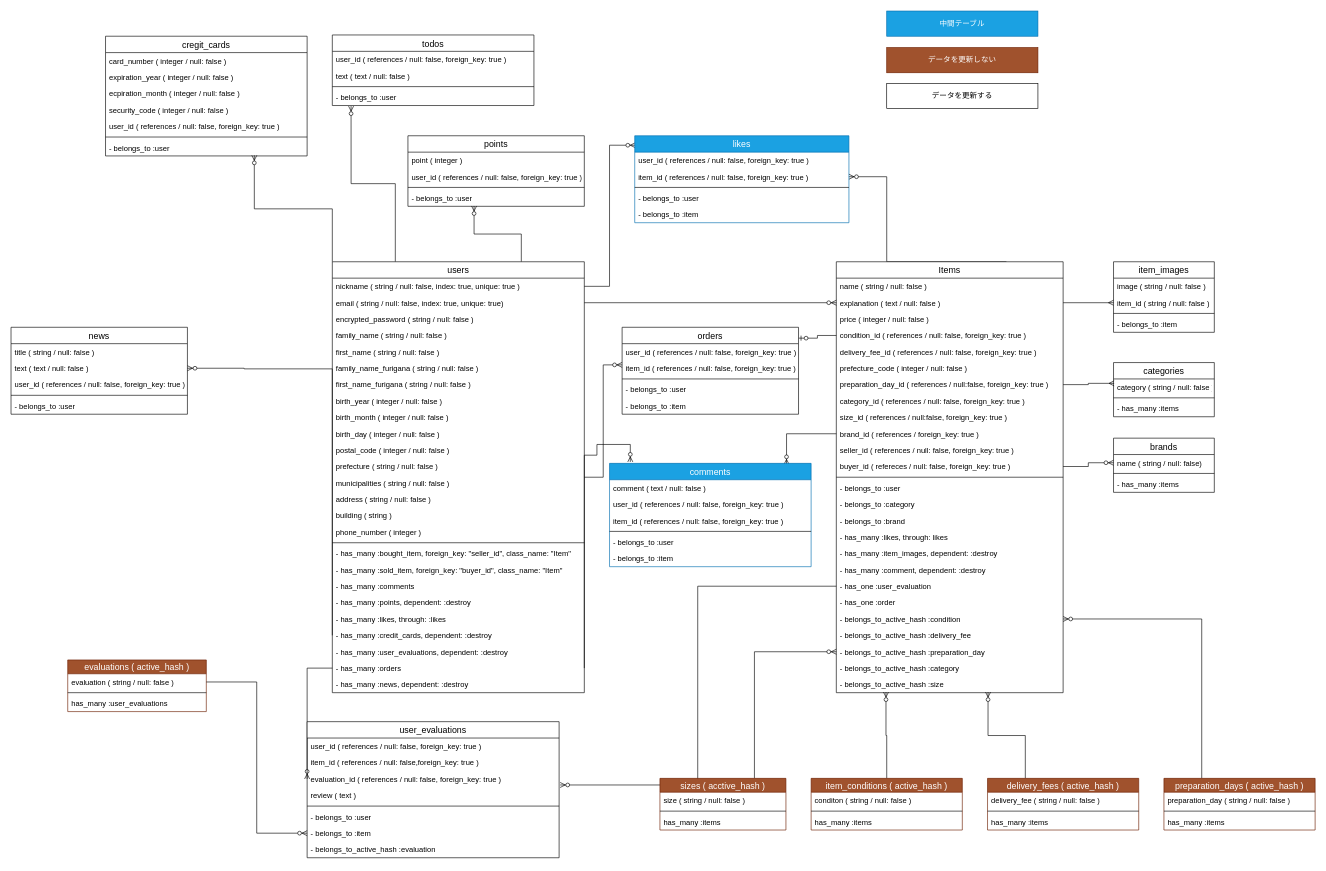
Before: ER.drawio in yuktnk/fleamarket_sample_80g, a draw.io diagram. Source tidied: cells renumbered, new cells numbered last; positions are measured from the earlier drawing's top-left corner, leaving out a move shared by most shapes. Both pictures are drawn from the tidied source at 63%, with x=0, y=0 at pixel (11, 11).
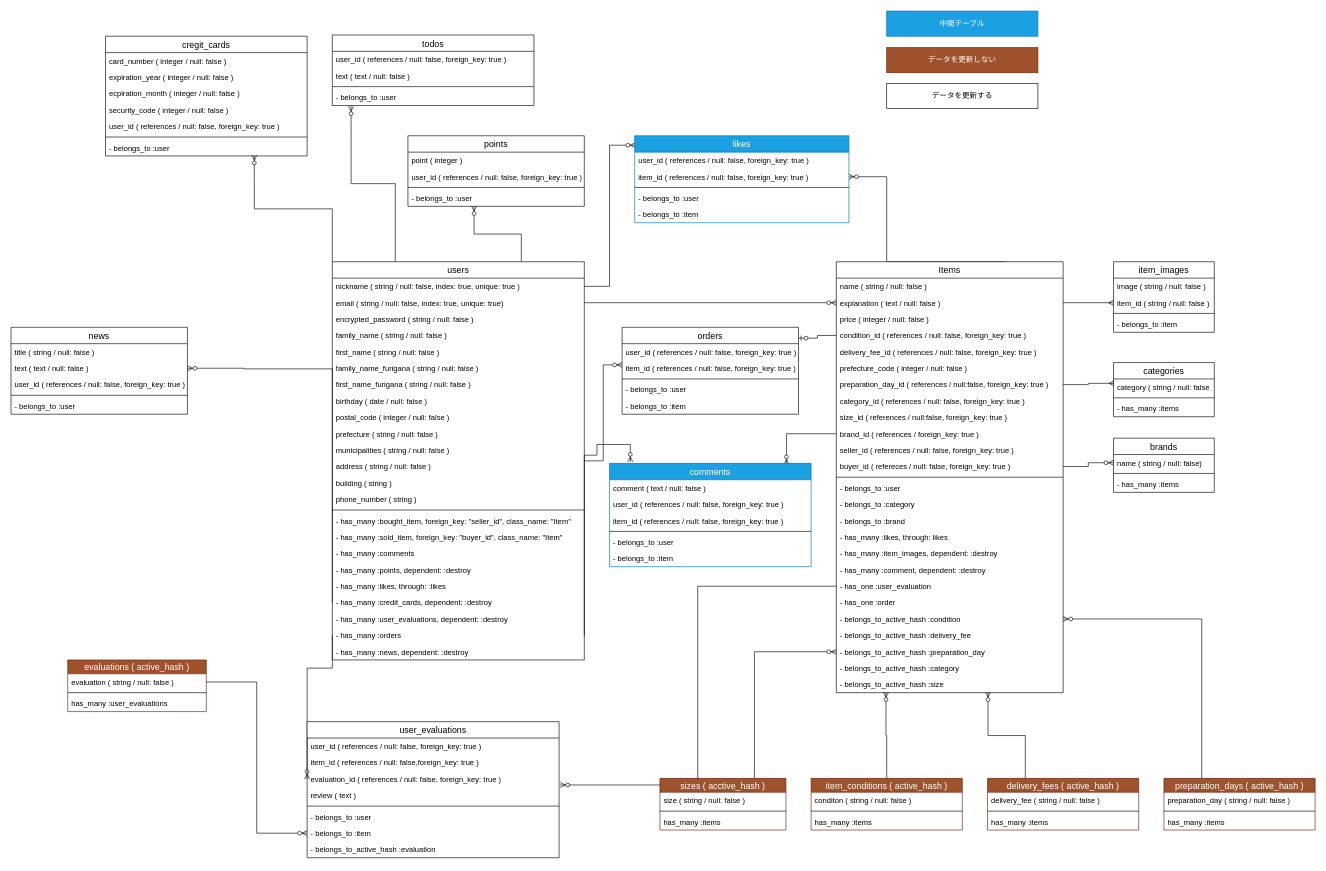
The same page after the edit.

What changed in the source:
```diff
@@
     <mxCell id="18" value="users" style="swimlane;fontStyle=0;horizontal=1;startSize=26;align=center;fontSize=14;" parent="1" vertex="1">
-      <mxGeometry x="510" y="398" width="400" height="684" as="geometry" />
+      <mxGeometry x="510" y="398" width="400" height="632" as="geometry" />
     </mxCell>
@@
-    <mxCell id="26" value="birth_year ( integer / null: false )" style="text;strokeColor=none;fillColor=none;spacingLeft=4;spacingRight=4;overflow=hidden;fontSize=12;" parent="18" vertex="1">
+    <mxCell id="26" value="birthday ( date / null: false )" style="text;strokeColor=none;fillColor=none;spacingLeft=4;spacingRight=4;overflow=hidden;fontSize=12;" parent="18" vertex="1">
       <mxGeometry y="208" width="400" height="26" as="geometry" />
     </mxCell>
-    <mxCell id="27" value="birth_month ( integer / null: false )" style="text;strokeColor=none;fillColor=none;spacingLeft=4;spacingRight=4;overflow=hidden;fontSize=12;" parent="18" vertex="1">
-      <mxGeometry y="234" width="400" height="26" as="geometry" />
-    </mxCell>
-    <mxCell id="28" value="birth_day ( integer / null: false )" style="text;strokeColor=none;fillColor=none;spacingLeft=4;spacingRight=4;overflow=hidden;fontSize=12;" parent="18" vertex="1">
-      <mxGeometry y="260" width="400" height="26" as="geometry" />
-    </mxCell>
     <mxCell id="29" value="postal_code ( integer / null: false )" style="text;strokeColor=none;fillColor=none;spacingLeft=4;spacingRight=4;overflow=hidden;fontSize=12;" parent="18" vertex="1">
-      <mxGeometry y="286" width="400" height="26" as="geometry" />
+      <mxGeometry y="234" width="400" height="26" as="geometry" />
     </mxCell>
     <mxCell id="30" value="prefecture ( string / null: false )" style="text;strokeColor=none;fillColor=none;spacingLeft=4;spacingRight=4;overflow=hidden;fontSize=12;" parent="18" vertex="1">
-      <mxGeometry y="312" width="400" height="26" as="geometry" />
+      <mxGeometry y="260" width="400" height="26" as="geometry" />
     </mxCell>
     <mxCell id="31" value="municipalities ( string / null: false )" style="text;strokeColor=none;fillColor=none;spacingLeft=4;spacingRight=4;overflow=hidden;fontSize=12;" parent="18" vertex="1">
-      <mxGeometry y="338" width="400" height="26" as="geometry" />
+      <mxGeometry y="286" width="400" height="26" as="geometry" />
     </mxCell>
     <mxCell id="32" value="address ( string / null: false )" style="text;strokeColor=none;fillColor=none;spacingLeft=4;spacingRight=4;overflow=hidden;fontSize=12;" parent="18" vertex="1">
-      <mxGeometry y="364" width="400" height="26" as="geometry" />
+      <mxGeometry y="312" width="400" height="26" as="geometry" />
     </mxCell>
     <mxCell id="33" value="building ( string )" style="text;strokeColor=none;fillColor=none;spacingLeft=4;spacingRight=4;overflow=hidden;fontSize=12;" parent="18" vertex="1">
-      <mxGeometry y="390" width="400" height="26" as="geometry" />
+      <mxGeometry y="338" width="400" height="26" as="geometry" />
     </mxCell>
-    <mxCell id="34" value="phone_number ( integer )" style="text;strokeColor=none;fillColor=none;spacingLeft=4;spacingRight=4;overflow=hidden;fontSize=12;" parent="18" vertex="1">
-      <mxGeometry y="416" width="400" height="26" as="geometry" />
+    <mxCell id="34" value="phone_number ( string )" style="text;strokeColor=none;fillColor=none;spacingLeft=4;spacingRight=4;overflow=hidden;fontSize=12;" parent="18" vertex="1">
+      <mxGeometry y="364" width="400" height="26" as="geometry" />
     </mxCell>
     <mxCell id="35" style="line;strokeWidth=1;fillColor=none;align=left;verticalAlign=middle;spacingTop=-1;spacingLeft=3;spacingRight=3;labelPosition=right;fontSize=12;" parent="18" vertex="1">
-      <mxGeometry y="442" width="400" height="8" as="geometry" />
+      <mxGeometry y="390" width="400" height="8" as="geometry" />
     </mxCell>
     <mxCell id="36" value="- has_many :bought_item, foreign_key: &quot;seller_id&quot;, class_name: &quot;Item&quot;" style="text;strokeColor=none;fillColor=none;spacingLeft=4;spacingRight=4;overflow=hidden;fontSize=12;" parent="18" vertex="1">
-      <mxGeometry y="450" width="400" height="26" as="geometry" />
+      <mxGeometry y="398" width="400" height="26" as="geometry" />
     </mxCell>
     <mxCell id="37" value="- has_many :sold_item, foreign_key: &quot;buyer_id&quot;, class_name: &quot;Item&quot;" style="text;strokeColor=none;fillColor=none;spacingLeft=4;spacingRight=4;overflow=hidden;fontSize=12;" parent="18" vertex="1">
-      <mxGeometry y="476" width="400" height="26" as="geometry" />
+      <mxGeometry y="424" width="400" height="26" as="geometry" />
     </mxCell>
     <mxCell id="38" value="- has_many :comments" style="text;strokeColor=none;fillColor=none;spacingLeft=4;spacingRight=4;overflow=hidden;fontSize=12;" parent="18" vertex="1">
-      <mxGeometry y="502" width="400" height="26" as="geometry" />
+      <mxGeometry y="450" width="400" height="26" as="geometry" />
     </mxCell>
     <mxCell id="39" value="- has_many :points, dependent: :destroy" style="text;strokeColor=none;fillColor=none;spacingLeft=4;spacingRight=4;overflow=hidden;fontSize=12;" parent="18" vertex="1">
-      <mxGeometry y="528" width="400" height="26" as="geometry" />
+      <mxGeometry y="476" width="400" height="26" as="geometry" />
     </mxCell>
     <mxCell id="40" value="- has_many :likes, through: :likes&#10;" style="text;strokeColor=none;fillColor=none;spacingLeft=4;spacingRight=4;overflow=hidden;fontSize=12;" parent="18" vertex="1">
-      <mxGeometry y="554" width="400" height="26" as="geometry" />
+      <mxGeometry y="502" width="400" height="26" as="geometry" />
     </mxCell>
     <mxCell id="41" value="- has_many :credit_cards, dependent: :destroy" style="text;strokeColor=none;fillColor=none;spacingLeft=4;spacingRight=4;overflow=hidden;points=[[0,0.5],[1,0.5]];portConstraint=eastwest;fontSize=12;" parent="18" vertex="1">
-      <mxGeometry y="580" width="400" height="26" as="geometry" />
+      <mxGeometry y="528" width="400" height="26" as="geometry" />
     </mxCell>
     <mxCell id="42" value="- has_many :user_evaluations, dependent: :destroy" style="text;strokeColor=none;fillColor=none;spacingLeft=4;spacingRight=4;overflow=hidden;fontSize=12;" parent="18" vertex="1">
-      <mxGeometry y="606" width="400" height="26" as="geometry" />
+      <mxGeometry y="554" width="400" height="26" as="geometry" />
     </mxCell>
     <mxCell id="43" value="- has_many :orders" style="text;strokeColor=none;fillColor=none;spacingLeft=4;spacingRight=4;overflow=hidden;points=[[0,0.5],[1,0.5]];portConstraint=eastwest;fontSize=12;" parent="18" vertex="1">
-      <mxGeometry y="632" width="400" height="26" as="geometry" />
+      <mxGeometry y="580" width="400" height="26" as="geometry" />
     </mxCell>
     <mxCell id="44" value="- has_many :news, dependent: :destroy" style="text;strokeColor=none;fillColor=none;spacingLeft=4;spacingRight=4;overflow=hidden;fontSize=12;" parent="18" vertex="1">
-      <mxGeometry y="658" width="400" height="26" as="geometry" />
+      <mxGeometry y="606" width="400" height="26" as="geometry" />
     </mxCell>
```
